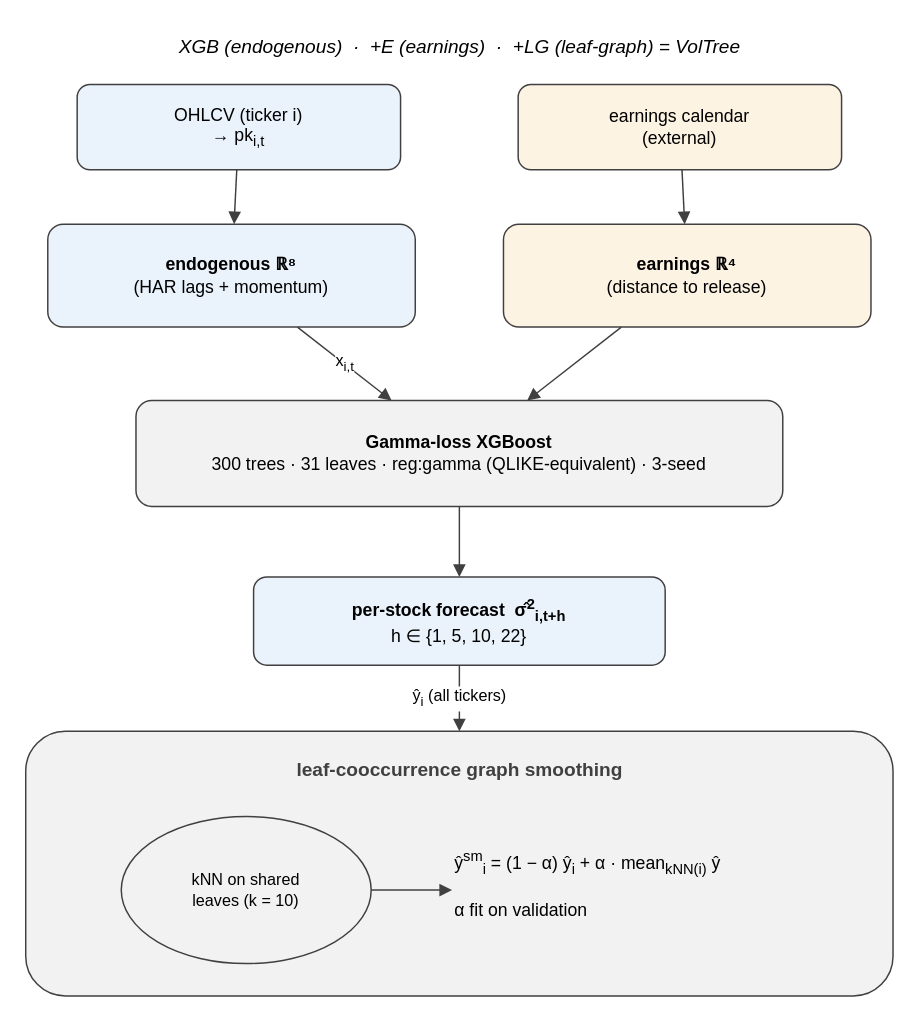
Above: docs/paper/figures/fig_architecture.drawio in ntquy9901/stock_vol_prediction01 (draw.io), before the change. Source tidied: cells renumbered, new cells numbered last; positions are measured from the earlier drawing's top-left corner, leaving out a move shared by most shapes. Both pictures are drawn from the tidied source at 147%, with x=0, y=0 at pixel (25, 25).
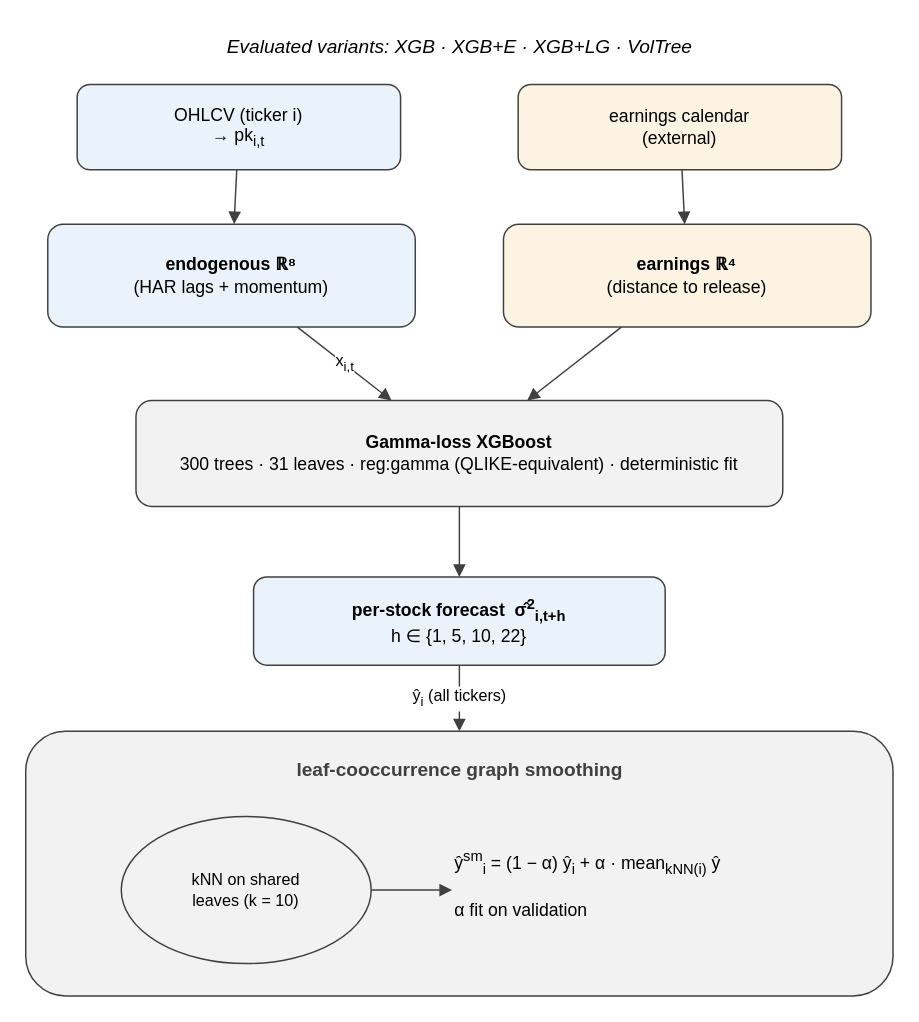
The same page after the edit.

Commit message (it also covers changes not shown here):
paper v4: remove HistGradientBoosting mentions, add earnings-DM audit artifact, VolTree Model heading

Diff of the diagram source:
```diff
@@
 <mxGraphModel>
   <root>
     <mxCell id="0" />
     <mxCell id="1" parent="0" />
-    <mxCell id="2" value="XGB (endogenous)  ·  +E (earnings)  ·  +LG (leaf-graph) = VolTree" style="text;html=1;align=center;fontSize=13;fontStyle=2;" parent="1" vertex="1">
+    <mxCell id="2" value="Evaluated variants: XGB · XGB+E · XGB+LG · VolTree" style="text;html=1;align=center;fontSize=13;fontStyle=2;" parent="1" vertex="1">
       <mxGeometry x="15" width="560" height="26" as="geometry" />
     </mxCell>
     <mxCell id="3" value="OHLCV (ticker i)&lt;br&gt;→ pk&lt;sub&gt;i,t&lt;/sub&gt;" style="rounded=1;whiteSpace=wrap;html=1;fillColor=#eaf2fb;strokeColor=#404040;fontSize=12;verticalAlign=middle;" parent="1" vertex="1">
       <mxGeometry x="35" y="40" width="220" height="58" as="geometry" />
     </mxCell>
     <mxCell id="4" value="earnings calendar&lt;br&gt;(external)" style="rounded=1;whiteSpace=wrap;html=1;fillColor=#fdf3e3;strokeColor=#404040;fontSize=12;verticalAlign=middle;" parent="1" vertex="1">
       <mxGeometry x="335" y="40" width="220" height="58" as="geometry" />
     </mxCell>
     <mxCell id="5" value="&lt;b&gt;endogenous ℝ⁸&lt;/b&gt;&lt;br&gt;(HAR lags + momentum)" style="rounded=1;whiteSpace=wrap;html=1;fillColor=#eaf2fb;strokeColor=#404040;fontSize=12;verticalAlign=middle;" parent="1" vertex="1">
       <mxGeometry x="15" y="135" width="250" height="70" as="geometry" />
     </mxCell>
     <mxCell id="6" value="&lt;b&gt;earnings ℝ⁴&lt;/b&gt;&lt;br&gt;(distance to release)" style="rounded=1;whiteSpace=wrap;html=1;fillColor=#fdf3e3;strokeColor=#404040;fontSize=12;verticalAlign=middle;" parent="1" vertex="1">
       <mxGeometry x="325" y="135" width="250" height="70" as="geometry" />
     </mxCell>
-    <mxCell id="7" value="&lt;b&gt;Gamma-loss XGBoost&lt;/b&gt;&lt;br&gt;300 trees · 31 leaves · reg:gamma (QLIKE-equivalent) · 3-seed" style="rounded=1;whiteSpace=wrap;html=1;fillColor=#f2f2f2;strokeColor=#404040;fontSize=12;verticalAlign=middle;" parent="1" vertex="1">
+    <mxCell id="7" value="&lt;b&gt;Gamma-loss XGBoost&lt;/b&gt;&lt;br&gt;300 trees · 31 leaves · reg:gamma (QLIKE-equivalent) · deterministic fit" style="rounded=1;whiteSpace=wrap;html=1;fillColor=#f2f2f2;strokeColor=#404040;fontSize=12;verticalAlign=middle;" parent="1" vertex="1">
       <mxGeometry x="75" y="255" width="440" height="72" as="geometry" />
     </mxCell>
     <mxCell id="8" value="&lt;b&gt;per-stock forecast  σ̂&lt;sup&gt;2&lt;/sup&gt;&lt;sub&gt;i,t+h&lt;/sub&gt;&lt;/b&gt;&lt;br&gt;h ∈ {1, 5, 10, 22}" style="rounded=1;whiteSpace=wrap;html=1;fillColor=#eaf2fb;strokeColor=#404040;fontSize=12;verticalAlign=middle;" parent="1" vertex="1">
       <mxGeometry x="155" y="375" width="280" height="60" as="geometry" />
     </mxCell>
     <mxCell id="9" style="rounded=1;whiteSpace=wrap;html=1;fillColor=#f2f2f2;strokeColor=#404040;verticalAlign=top;" parent="1" vertex="1">
       <mxGeometry y="480" width="590" height="180" as="geometry" />
     </mxCell>
     <mxCell id="10" value="&lt;b&gt;leaf-cooccurrence graph smoothing&lt;/b&gt;" style="text;html=1;align=center;fontSize=13;fontColor=#404040;" parent="1" vertex="1">
       <mxGeometry x="20" y="492" width="550" height="24" as="geometry" />
     </mxCell>
     <mxCell id="11" value="kNN on shared&lt;br&gt;leaves (k = 10)" style="ellipse;whiteSpace=wrap;html=1;fillColor=#f2f2f2;strokeColor=#404040;fontSize=11;verticalAlign=middle;" parent="1" vertex="1">
       <mxGeometry x="65" y="538" width="170" height="100" as="geometry" />
     </mxCell>
     <mxCell id="12" value="ŷ&lt;sup&gt;sm&lt;/sup&gt;&lt;sub&gt;i&lt;/sub&gt; = (1 − α) ŷ&lt;sub&gt;i&lt;/sub&gt; + α · mean&lt;sub&gt;kNN(i)&lt;/sub&gt; ŷ&lt;br&gt;&lt;br&gt;α fit on validation" style="text;html=1;align=left;fontSize=12;whiteSpace=wrap;" parent="1" vertex="1">
       <mxGeometry x="290" y="553" width="300" height="70" as="geometry" />
     </mxCell>
     <mxCell id="13" style="endArrow=block;html=1;strokeColor=#404040;" parent="1" edge="1" source="3" target="5">
       <mxGeometry relative="1" as="geometry" />
     </mxCell>
     <mxCell id="14" style="endArrow=block;html=1;strokeColor=#404040;" parent="1" edge="1" source="4" target="6">
       <mxGeometry relative="1" as="geometry" />
     </mxCell>
     <mxCell id="15" value="x&lt;sub&gt;i,t&lt;/sub&gt;" style="endArrow=block;html=1;strokeColor=#404040;fontSize=11;" parent="1" edge="1" source="5" target="7">
       <mxGeometry relative="1" as="geometry" />
     </mxCell>
     <mxCell id="16" style="endArrow=block;html=1;strokeColor=#404040;" parent="1" edge="1" source="6" target="7">
       <mxGeometry relative="1" as="geometry" />
     </mxCell>
     <mxCell id="17" style="endArrow=block;html=1;strokeColor=#404040;" parent="1" edge="1" source="7" target="8">
       <mxGeometry relative="1" as="geometry" />
     </mxCell>
     <mxCell id="18" value="ŷ&lt;sub&gt;i&lt;/sub&gt; (all tickers)" style="endArrow=block;html=1;strokeColor=#404040;fontSize=11;" parent="1" edge="1" source="8" target="9">
       <mxGeometry relative="1" as="geometry" />
     </mxCell>
     <mxCell id="19" style="endArrow=block;html=1;strokeColor=#404040;exitX=1;exitY=0.5;exitDx=0;exitDy=0;entryX=0;entryY=0.5;entryDx=0;entryDy=0;" parent="1" edge="1" source="11" target="12">
       <mxGeometry relative="1" as="geometry" />
     </mxCell>
   </root>
 </mxGraphModel>
```
